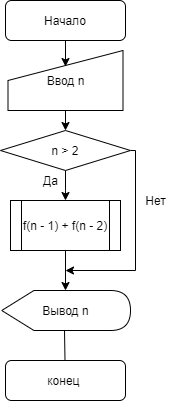
This is Untitled Diagram.drawio.png from xcmdx/zxc, a draw.io export, as it was before one commit. Source tidied: cells renumbered, new cells last; positions are measured from the earlier drawing's top-left corner, leaving out a move shared by most shapes.
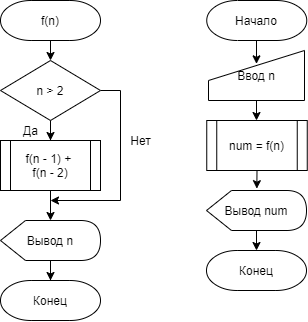
The same file after the commit.

What changed in the source:
```diff
@@ -2,71 +2,95 @@
   <root>
     <mxCell id="0" />
     <mxCell id="1" parent="0" />
-    <mxCell id="2" style="edgeStyle=orthogonalEdgeStyle;rounded=0;jettySize=auto;html=1;entryX=0.5;entryY=0.267;entryDx=0;entryDy=0;entryPerimeter=0;" parent="1" edge="1" source="3" target="15">
-      <mxGeometry relative="1" as="geometry" />
+    <mxCell id="2" style="edgeStyle=orthogonalEdgeStyle;rounded=0;jettySize=auto;html=1;entryX=0.5;entryY=0.267;entryDx=0;entryDy=0;entryPerimeter=0;" parent="1" edge="1" target="15">
+      <mxGeometry relative="1" as="geometry">
+        <mxPoint x="327.5" y="40" as="sourcePoint" />
+      </mxGeometry>
     </mxCell>
-    <mxCell id="3" value="Начало" style="rounded=1;whiteSpace=wrap;html=1;" parent="1" vertex="1">
-      <mxGeometry x="5" width="120" height="40" as="geometry" />
-    </mxCell>
-    <mxCell id="4" style="edgeStyle=orthogonalEdgeStyle;rounded=0;orthogonalLoop=1;jettySize=auto;html=1;exitX=0.5;exitY=1;exitDx=0;exitDy=0;" parent="1" edge="1" source="3" target="3">
-      <mxGeometry relative="1" as="geometry" />
+    <mxCell id="4" style="edgeStyle=orthogonalEdgeStyle;rounded=0;orthogonalLoop=1;jettySize=auto;html=1;exitX=0.5;exitY=1;exitDx=0;exitDy=0;" parent="1" edge="1">
+      <mxGeometry relative="1" as="geometry">
+        <mxPoint x="327.5" y="40" as="sourcePoint" />
+        <mxPoint x="327.5" y="40" as="targetPoint" />
+      </mxGeometry>
     </mxCell>
-    <mxCell id="5" style="edgeStyle=orthogonalEdgeStyle;rounded=0;jettySize=auto;html=1;exitX=1;exitY=0.5;exitDx=0;exitDy=0;" parent="1" edge="1" source="7">
-      <mxGeometry relative="1" as="geometry">
-        <mxPoint x="65" y="270" as="targetPoint" />
-        <Array as="points">
-          <mxPoint x="135" y="150" />
-          <mxPoint x="135" y="270" />
-          <mxPoint x="65" y="270" />
-        </Array>
-      </mxGeometry>
-    </mxCell>
-    <mxCell id="6" style="edgeStyle=orthogonalEdgeStyle;rounded=0;jettySize=auto;html=1;" parent="1" edge="1" source="7">
-      <mxGeometry relative="1" as="geometry">
-        <mxPoint x="65" y="200" as="targetPoint" />
-        <Array as="points">
-          <mxPoint x="65" y="190" />
-          <mxPoint x="65" y="190" />
-        </Array>
-      </mxGeometry>
-    </mxCell>
+    <mxCell id="17" style="edgeStyle=orthogonalEdgeStyle;rounded=0;jettySize=auto;html=1;exitX=0.5;exitY=1;exitDx=0;exitDy=0;entryX=0.503;entryY=-0.046;entryDx=0;entryDy=0;entryPerimeter=0;" parent="1" edge="1" source="11">
+      <mxGeometry relative="1" as="geometry">
+        <mxPoint x="325.3" y="188.2" as="targetPoint" />
+      </mxGeometry>
+    </mxCell>
+    <mxCell id="11" value="num = f(n)" style="shape=process;whiteSpace=wrap;html=1;backgroundOutline=1;" parent="1" vertex="1">
+      <mxGeometry x="275.2" y="120" width="100.5" height="50" as="geometry" />
+    </mxCell>
+    <mxCell id="18" style="edgeStyle=orthogonalEdgeStyle;rounded=0;orthogonalLoop=1;jettySize=auto;html=1;entryX=0.5;entryY=0;entryDx=0;entryDy=0;entryPerimeter=0;" parent="1" edge="1">
+      <mxGeometry relative="1" as="geometry">
+        <mxPoint x="325" y="230" as="sourcePoint" />
+        <mxPoint x="325" y="250" as="targetPoint" />
+      </mxGeometry>
+    </mxCell>
+    <mxCell id="19" style="edgeStyle=orthogonalEdgeStyle;rounded=0;jettySize=auto;html=1;" parent="1" edge="1" source="15">
+      <mxGeometry relative="1" as="geometry">
+        <mxPoint x="325.2" y="120" as="targetPoint" />
+      </mxGeometry>
+    </mxCell>
+    <mxCell id="15" value="Ввод n" style="shape=manualInput;whiteSpace=wrap;html=1;" parent="1" vertex="1">
+      <mxGeometry x="277" y="50" width="96" height="50" as="geometry" />
+    </mxCell>
+    <mxCell id="20" style="edgeStyle=orthogonalEdgeStyle;rounded=0;jettySize=auto;html=1;exitX=0.5;exitY=1;exitDx=0;exitDy=0;exitPerimeter=0;entryX=0.5;entryY=0;entryDx=0;entryDy=0;" parent="1" edge="1" source="21" target="7">
+      <mxGeometry relative="1" as="geometry" />
+    </mxCell>
+    <mxCell id="21" value="f(n)" style="strokeWidth=1;html=1;shape=mxgraph.flowchart.terminator;whiteSpace=wrap;" parent="1" vertex="1">
+      <mxGeometry x="69" width="100" height="40" as="geometry" />
+    </mxCell>
+    <mxCell id="22" style="edgeStyle=orthogonalEdgeStyle;rounded=0;jettySize=auto;html=1;" parent="1" edge="1" source="7">
+      <mxGeometry relative="1" as="geometry">
+        <mxPoint x="119" y="140" as="targetPoint" />
+      </mxGeometry>
+    </mxCell>
+    <mxCell id="23" style="edgeStyle=orthogonalEdgeStyle;rounded=0;jettySize=auto;html=1;exitX=1;exitY=0.5;exitDx=0;exitDy=0;" parent="1" edge="1" source="7">
+      <mxGeometry relative="1" as="geometry">
+        <mxPoint x="119" y="200" as="targetPoint" />
+        <Array as="points">
+          <mxPoint x="189" y="90" />
+          <mxPoint x="189" y="200" />
+        </Array>
+      </mxGeometry>
+    </mxCell>
-    <mxCell id="7" value="n &amp;gt; 2" style="rhombus;whiteSpace=wrap;html=1;" parent="1" vertex="1">
-      <mxGeometry y="130" width="130" height="40" as="geometry" />
+    <mxCell id="7" value="n &amp;gt; 2" style="rhombus;whiteSpace=wrap;html=1;strokeWidth=1;" parent="1" vertex="1">
+      <mxGeometry x="69" y="60" width="100" height="60" as="geometry" />
     </mxCell>
     <mxCell id="8" value="Да" style="text;html=1;align=center;verticalAlign=middle;strokeColor=none;fillColor=none;" parent="1" vertex="1">
-      <mxGeometry x="35" y="170" width="30" height="20" as="geometry" />
+      <mxGeometry x="84" y="120" width="30" height="20" as="geometry" />
     </mxCell>
+    <mxCell id="24" style="edgeStyle=orthogonalEdgeStyle;rounded=0;jettySize=auto;html=1;exitX=0.5;exitY=1;exitDx=0;exitDy=0;" parent="1" edge="1" source="25">
+      <mxGeometry relative="1" as="geometry">
+        <mxPoint x="119" y="220" as="targetPoint" />
+      </mxGeometry>
+    </mxCell>
+    <mxCell id="25" value="f(n - 1) + &lt;br&gt;f(n - 2)" style="shape=process;whiteSpace=wrap;html=1;backgroundOutline=1;strokeWidth=1;" parent="1" vertex="1">
+      <mxGeometry x="69" y="140" width="100" height="50" as="geometry" />
+    </mxCell>
+    <mxCell id="26" style="edgeStyle=orthogonalEdgeStyle;rounded=0;jettySize=auto;html=1;" parent="1" edge="1" source="16">
+      <mxGeometry relative="1" as="geometry">
+        <mxPoint x="119" y="280" as="targetPoint" />
+      </mxGeometry>
+    </mxCell>
+    <mxCell id="16" value="Вывод n" style="shape=display;whiteSpace=wrap;html=1;strokeWidth=1;" parent="1" vertex="1">
+      <mxGeometry x="69" y="220" width="100" height="40" as="geometry" />
+    </mxCell>
     <mxCell id="9" value="Нет" style="text;html=1;align=center;verticalAlign=middle;strokeColor=none;fillColor=none;" parent="1" vertex="1">
-      <mxGeometry x="135" y="190" width="40" height="20" as="geometry" />
+      <mxGeometry x="189" y="130" width="40" height="20" as="geometry" />
     </mxCell>
-    <mxCell id="10" style="edgeStyle=orthogonalEdgeStyle;rounded=0;jettySize=auto;html=1;" parent="1" edge="1" source="11">
-      <mxGeometry relative="1" as="geometry">
-        <mxPoint x="65" y="290" as="targetPoint" />
-      </mxGeometry>
-    </mxCell>
-    <mxCell id="11" value="f(n - 1) + f(n - 2)" style="shape=process;whiteSpace=wrap;html=1;backgroundOutline=1;" parent="1" vertex="1">
-      <mxGeometry x="10" y="200" width="110" height="50" as="geometry" />
-    </mxCell>
-    <mxCell id="12" style="endArrow=none;html=1;" parent="1" edge="1">
-      <mxGeometry relative="1" as="geometry">
-        <mxPoint x="64.5" y="360" as="sourcePoint" />
-        <mxPoint x="64" y="330" as="targetPoint" />
-        <Array as="points">
-          <mxPoint x="64.5" y="360" />
-        </Array>
-      </mxGeometry>
-    </mxCell>
-    <mxCell id="13" value="конец&amp;nbsp;" style="rounded=1;whiteSpace=wrap;html=1;" parent="1" vertex="1">
-      <mxGeometry x="5" y="360" width="120" height="40" as="geometry" />
-    </mxCell>
-    <mxCell id="14" style="edgeStyle=orthogonalEdgeStyle;rounded=0;jettySize=auto;html=1;exitX=0.5;exitY=1;exitDx=0;exitDy=0;entryX=0.5;entryY=0;entryDx=0;entryDy=0;" parent="1" edge="1" source="15" target="7">
-      <mxGeometry relative="1" as="geometry" />
-    </mxCell>
-    <mxCell id="15" value="Ввод n" style="shape=manualInput;whiteSpace=wrap;html=1;" parent="1" vertex="1">
-      <mxGeometry x="7.5" y="50" width="115" height="60" as="geometry" />
-    </mxCell>
-    <mxCell id="16" value="Вывод n" style="shape=display;whiteSpace=wrap;html=1;" parent="1" vertex="1">
-      <mxGeometry x="1.2" y="290" width="128.8" height="40" as="geometry" />
-    </mxCell>
+    <mxCell id="27" value="Конец" style="strokeWidth=1;html=1;shape=mxgraph.flowchart.terminator;whiteSpace=wrap;" parent="1" vertex="1">
+      <mxGeometry x="69" y="280" width="100" height="40" as="geometry" />
+    </mxCell>
+    <mxCell id="3" value="Начало" style="strokeWidth=1;html=1;shape=mxgraph.flowchart.terminator;whiteSpace=wrap;" parent="1" vertex="1">
+      <mxGeometry x="275.2" width="100" height="40" as="geometry" />
+    </mxCell>
+    <mxCell id="28" value="Конец" style="strokeWidth=1;html=1;shape=mxgraph.flowchart.terminator;whiteSpace=wrap;" parent="1" vertex="1">
+      <mxGeometry x="275" y="250" width="100" height="40" as="geometry" />
+    </mxCell>
+    <mxCell id="29" value="Вывод num" style="shape=display;whiteSpace=wrap;html=1;strokeWidth=1;" parent="1" vertex="1">
+      <mxGeometry x="275" y="190" width="100" height="40" as="geometry" />
+    </mxCell>
   </root>
 </mxGraphModel>
```
